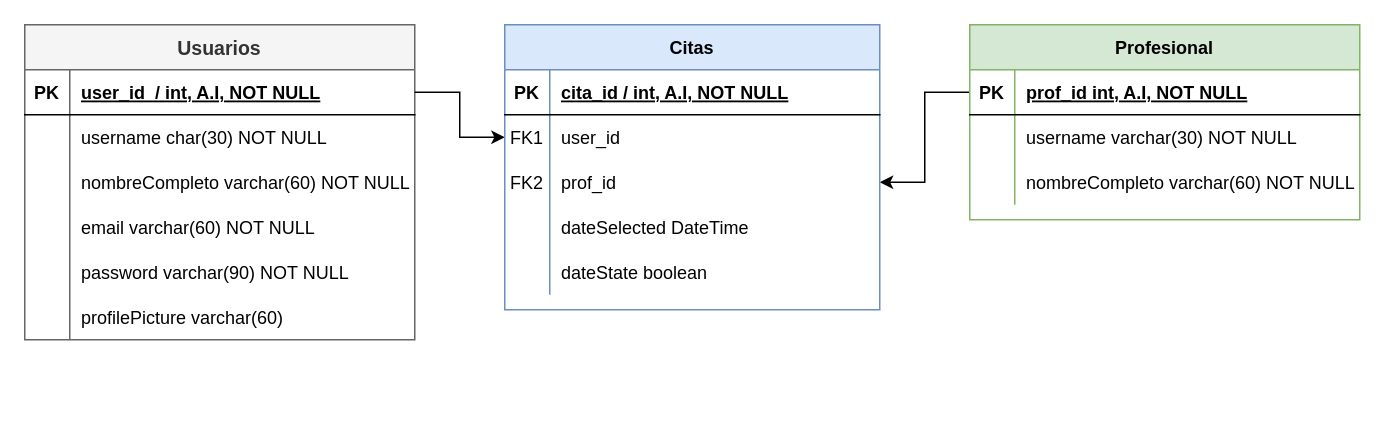
The draw.io diagram Untitled Diagram.drawio in Eat-Fit/ERM-DB, before the edit. Source tidied: cells renumbered, new cells numbered last; positions are measured from the earlier drawing's top-left corner, leaving out a move shared by most shapes. Both pictures are drawn from the tidied source at 150%, with x=0, y=0 at pixel (24, 24).
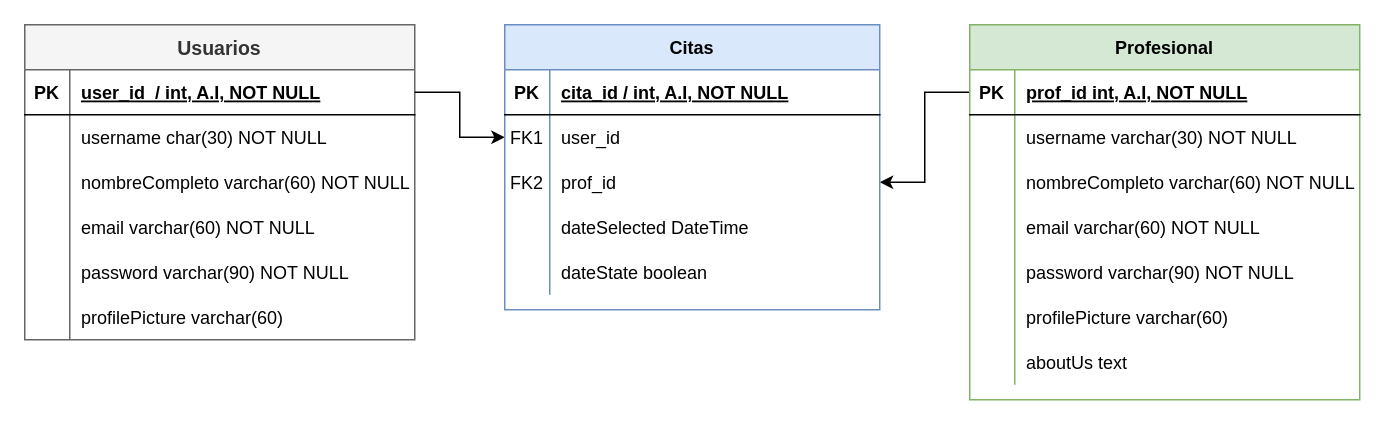
Above is the later version.

Commit message:
tabla prof agregada

Change to the diagram source:
```diff
@@
     <mxCell id="23" value="Profesional" style="shape=table;startSize=30;childLayout=tableLayout;rowLines=0;fontStyle=1;align=center;fillColor=#d5e8d4;strokeColor=#82b366;" parent="1" vertex="1">
-      <mxGeometry x="630" width="260" height="130" as="geometry" />
+      <mxGeometry x="630" width="260" height="250" as="geometry" />
     </mxCell>
@@
+    <mxCell id="49" style="shape=partialRectangle;fillColor=none;top=0;left=0;right=0;bottom=0;" parent="23" vertex="1">
+      <mxGeometry y="120" width="260" height="30" as="geometry" />
+    </mxCell>
+    <mxCell id="50" style="shape=partialRectangle;overflow=hidden;fillColor=none;top=0;left=0;bottom=0;right=0;" parent="49" vertex="1">
+      <mxGeometry width="30" height="30" as="geometry" />
+    </mxCell>
+    <mxCell id="51" value="email varchar(60) NOT NULL" style="shape=partialRectangle;overflow=hidden;fillColor=none;top=0;left=0;bottom=0;right=0;align=left;spacingLeft=6;" parent="49" vertex="1">
+      <mxGeometry x="30" width="230" height="30" as="geometry" />
+    </mxCell>
+    <mxCell id="52" style="shape=partialRectangle;fillColor=none;top=0;left=0;right=0;bottom=0;" parent="23" vertex="1">
+      <mxGeometry y="150" width="260" height="30" as="geometry" />
+    </mxCell>
+    <mxCell id="53" style="shape=partialRectangle;overflow=hidden;fillColor=none;top=0;left=0;bottom=0;right=0;" parent="52" vertex="1">
+      <mxGeometry width="30" height="30" as="geometry" />
+    </mxCell>
+    <mxCell id="54" value="password varchar(90) NOT NULL" style="shape=partialRectangle;overflow=hidden;fillColor=none;top=0;left=0;bottom=0;right=0;align=left;spacingLeft=6;" parent="52" vertex="1">
+      <mxGeometry x="30" width="230" height="30" as="geometry" />
+    </mxCell>
+    <mxCell id="55" style="shape=partialRectangle;fillColor=none;top=0;left=0;right=0;bottom=0;" parent="23" vertex="1">
+      <mxGeometry y="180" width="260" height="30" as="geometry" />
+    </mxCell>
+    <mxCell id="56" style="shape=partialRectangle;overflow=hidden;fillColor=none;top=0;left=0;bottom=0;right=0;" parent="55" vertex="1">
+      <mxGeometry width="30" height="30" as="geometry" />
+    </mxCell>
+    <mxCell id="57" value="profilePicture varchar(60)" style="shape=partialRectangle;overflow=hidden;fillColor=none;top=0;left=0;bottom=0;right=0;align=left;spacingLeft=6;" parent="55" vertex="1">
+      <mxGeometry x="30" width="230" height="30" as="geometry" />
+    </mxCell>
+    <mxCell id="58" style="shape=partialRectangle;fillColor=none;top=0;left=0;right=0;bottom=0;" parent="23" vertex="1">
+      <mxGeometry y="210" width="260" height="30" as="geometry" />
+    </mxCell>
+    <mxCell id="59" style="shape=partialRectangle;overflow=hidden;fillColor=none;top=0;left=0;bottom=0;right=0;" parent="58" vertex="1">
+      <mxGeometry width="30" height="30" as="geometry" />
+    </mxCell>
+    <mxCell id="60" value="aboutUs text " style="shape=partialRectangle;overflow=hidden;fillColor=none;top=0;left=0;bottom=0;right=0;align=left;spacingLeft=6;" parent="58" vertex="1">
+      <mxGeometry x="30" width="230" height="30" as="geometry" />
+    </mxCell>
```
